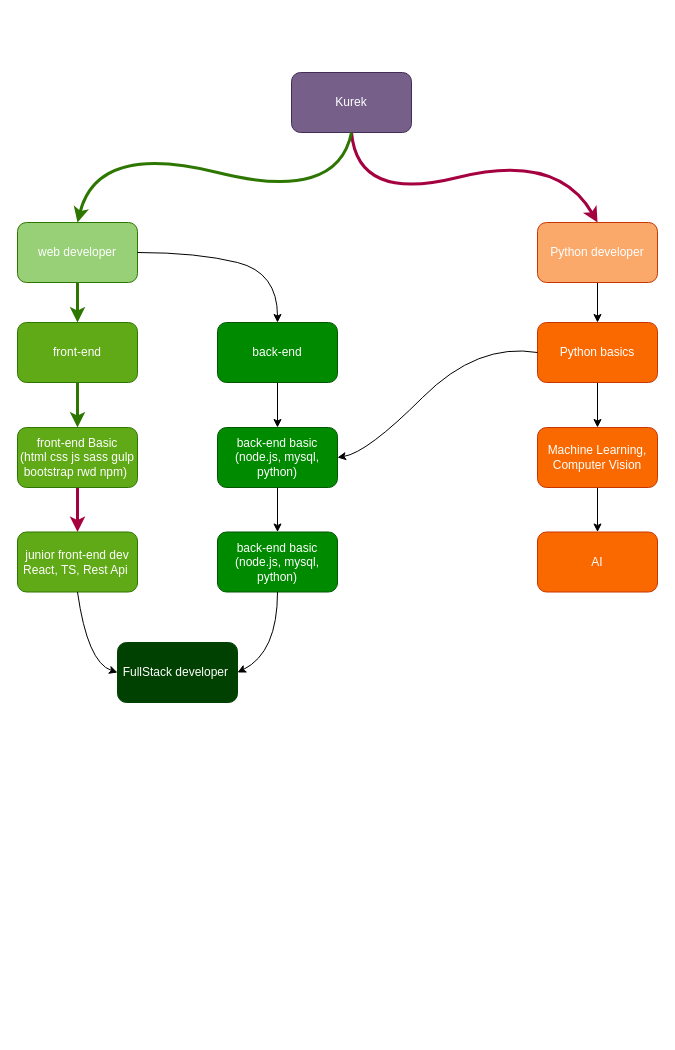
The draw.io diagram Diagram bez tytułu.drawio in TheKureq/TheKureq, before the edit. Source tidied: cells renumbered, new cells numbered last; positions are measured from the earlier drawing's top-left corner, leaving out a move shared by most shapes. Both pictures are drawn from the tidied source at 100%, with x=0, y=0 at pixel (17, 72).
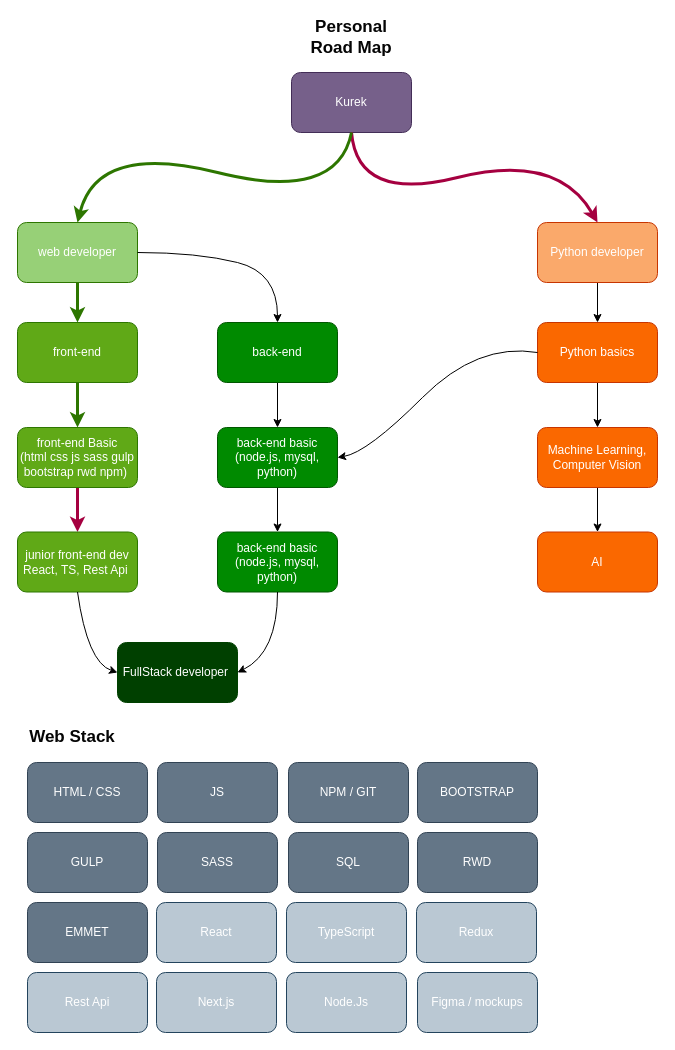
Above is the later version.

What changed in the source:
```diff
@@
+    <mxCell id="29" value="HTML / CSS" style="rounded=1;whiteSpace=wrap;html=1;strokeColor=#314354;fontColor=#ffffff;fillColor=#647687;" parent="1" vertex="1">
+      <mxGeometry x="10" y="690" width="120" height="60" as="geometry" />
+    </mxCell>
+    <mxCell id="30" value="JS" style="rounded=1;whiteSpace=wrap;html=1;strokeColor=#314354;fontColor=#ffffff;fillColor=#647687;" parent="1" vertex="1">
+      <mxGeometry x="140" y="690" width="120" height="60" as="geometry" />
+    </mxCell>
+    <mxCell id="31" value="NPM / GIT" style="rounded=1;whiteSpace=wrap;html=1;strokeColor=#314354;fontColor=#ffffff;fillColor=#647687;" parent="1" vertex="1">
+      <mxGeometry x="271" y="690" width="120" height="60" as="geometry" />
+    </mxCell>
+    <mxCell id="32" value="BOOTSTRAP" style="rounded=1;whiteSpace=wrap;html=1;strokeColor=#314354;fontColor=#ffffff;fillColor=#647687;" parent="1" vertex="1">
+      <mxGeometry x="400" y="690" width="120" height="60" as="geometry" />
+    </mxCell>
+    <mxCell id="33" value="&lt;font color=&quot;#050505&quot; style=&quot;font-size: 17px;&quot;&gt;&lt;span style=&quot;font-size: 17px;&quot;&gt;Web Stack&lt;/span&gt;&lt;/font&gt;" style="text;html=1;strokeColor=none;fillColor=none;align=center;verticalAlign=middle;whiteSpace=wrap;rounded=0;fontColor=#FFFFFF;fontStyle=5;fontSize=17;" parent="1" vertex="1">
+      <mxGeometry x="10" y="650" width="90" height="30" as="geometry" />
+    </mxCell>
+    <mxCell id="34" value="GULP" style="rounded=1;whiteSpace=wrap;html=1;strokeColor=#314354;fontColor=#ffffff;fillColor=#647687;" parent="1" vertex="1">
+      <mxGeometry x="10" y="760" width="120" height="60" as="geometry" />
+    </mxCell>
+    <mxCell id="35" value="SASS" style="rounded=1;whiteSpace=wrap;html=1;strokeColor=#314354;fontColor=#ffffff;fillColor=#647687;" parent="1" vertex="1">
+      <mxGeometry x="140" y="760" width="120" height="60" as="geometry" />
+    </mxCell>
+    <mxCell id="36" value="SQL" style="rounded=1;whiteSpace=wrap;html=1;strokeColor=#314354;fontColor=#ffffff;fillColor=#647687;" parent="1" vertex="1">
+      <mxGeometry x="271" y="760" width="120" height="60" as="geometry" />
+    </mxCell>
+    <mxCell id="37" value="RWD" style="rounded=1;whiteSpace=wrap;html=1;strokeColor=#314354;fontColor=#ffffff;fillColor=#647687;" parent="1" vertex="1">
+      <mxGeometry x="400" y="760" width="120" height="60" as="geometry" />
+    </mxCell>
+    <mxCell id="38" value="React" style="rounded=1;whiteSpace=wrap;html=1;strokeColor=#23445d;fillColor=#bac8d3;fontColor=#FFFFFF;" parent="1" vertex="1">
+      <mxGeometry x="139" y="830" width="120" height="60" as="geometry" />
+    </mxCell>
+    <mxCell id="39" value="TypeScript" style="rounded=1;whiteSpace=wrap;html=1;strokeColor=#23445d;fillColor=#bac8d3;fontColor=#FFFFFF;" parent="1" vertex="1">
+      <mxGeometry x="269" y="830" width="120" height="60" as="geometry" />
+    </mxCell>
+    <mxCell id="40" value="Rest Api" style="rounded=1;whiteSpace=wrap;html=1;strokeColor=#23445d;fillColor=#bac8d3;fontColor=#FFFFFF;" parent="1" vertex="1">
+      <mxGeometry x="10" y="900" width="120" height="60" as="geometry" />
+    </mxCell>
+    <mxCell id="41" value="Next.js" style="rounded=1;whiteSpace=wrap;html=1;strokeColor=#23445d;fillColor=#bac8d3;fontColor=#FFFFFF;" parent="1" vertex="1">
+      <mxGeometry x="139" y="900" width="120" height="60" as="geometry" />
+    </mxCell>
+    <mxCell id="42" value="&lt;font color=&quot;#050505&quot; style=&quot;font-size: 17px;&quot;&gt;&lt;span style=&quot;font-size: 17px;&quot;&gt;Personal Road Map&lt;/span&gt;&lt;/font&gt;" style="text;html=1;strokeColor=none;fillColor=none;align=center;verticalAlign=middle;whiteSpace=wrap;rounded=0;fontColor=#FFFFFF;fontStyle=5;fontSize=17;" parent="1" vertex="1">
+      <mxGeometry x="289" y="-50" width="90" height="30" as="geometry" />
+    </mxCell>
+    <mxCell id="43" value="Redux" style="rounded=1;whiteSpace=wrap;html=1;strokeColor=#23445d;fillColor=#bac8d3;fontColor=#FFFFFF;" parent="1" vertex="1">
+      <mxGeometry x="399" y="830" width="120" height="60" as="geometry" />
+    </mxCell>
+    <mxCell id="44" value="Figma / mockups" style="rounded=1;whiteSpace=wrap;html=1;strokeColor=#23445d;fillColor=#bac8d3;fontColor=#FFFFFF;" parent="1" vertex="1">
+      <mxGeometry x="400" y="900" width="120" height="60" as="geometry" />
+    </mxCell>
+    <mxCell id="45" value="Node.Js" style="rounded=1;whiteSpace=wrap;html=1;strokeColor=#23445d;fillColor=#bac8d3;fontColor=#FFFFFF;" parent="1" vertex="1">
+      <mxGeometry x="269" y="900" width="120" height="60" as="geometry" />
+    </mxCell>
+    <mxCell id="46" value="EMMET" style="rounded=1;whiteSpace=wrap;html=1;strokeColor=#314354;fontColor=#ffffff;fillColor=#647687;" parent="1" vertex="1">
+      <mxGeometry x="10" y="830" width="120" height="60" as="geometry" />
+    </mxCell>
```
